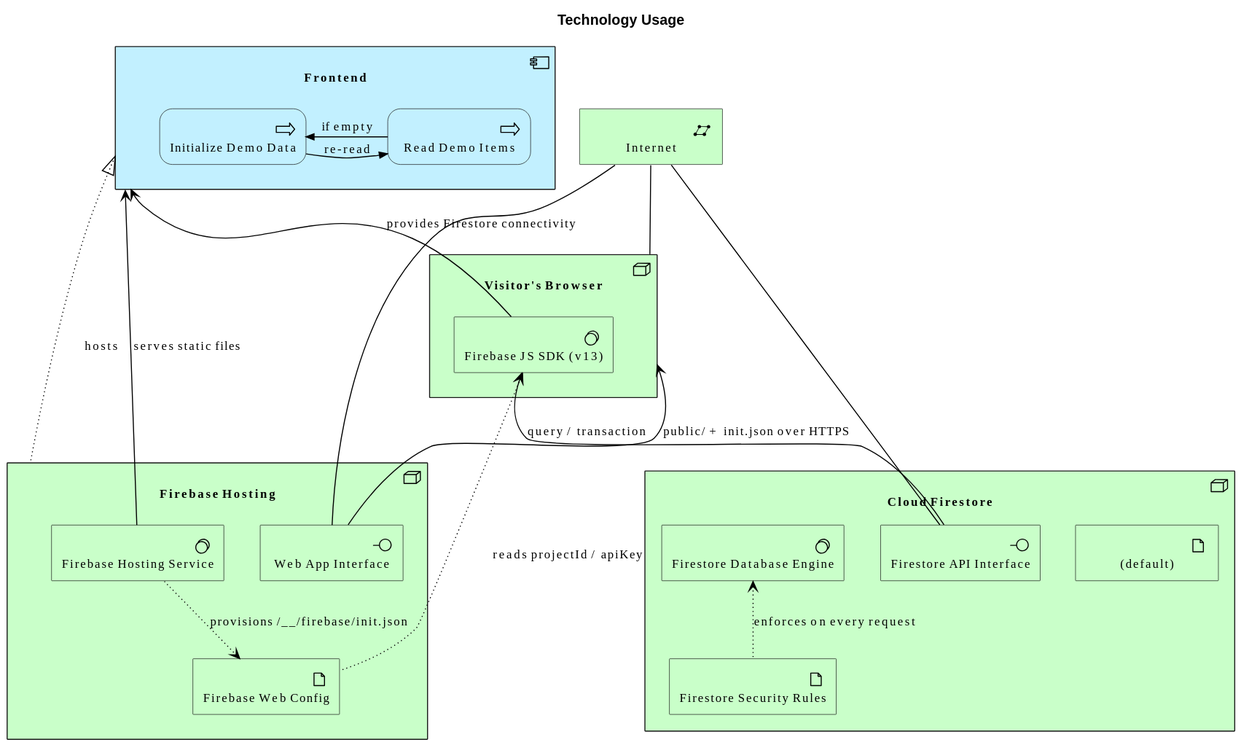
The PlantUML diagram diagrams/technology/usage.svg in wolffy-au/frictionless-sample-gcp, before a commit.
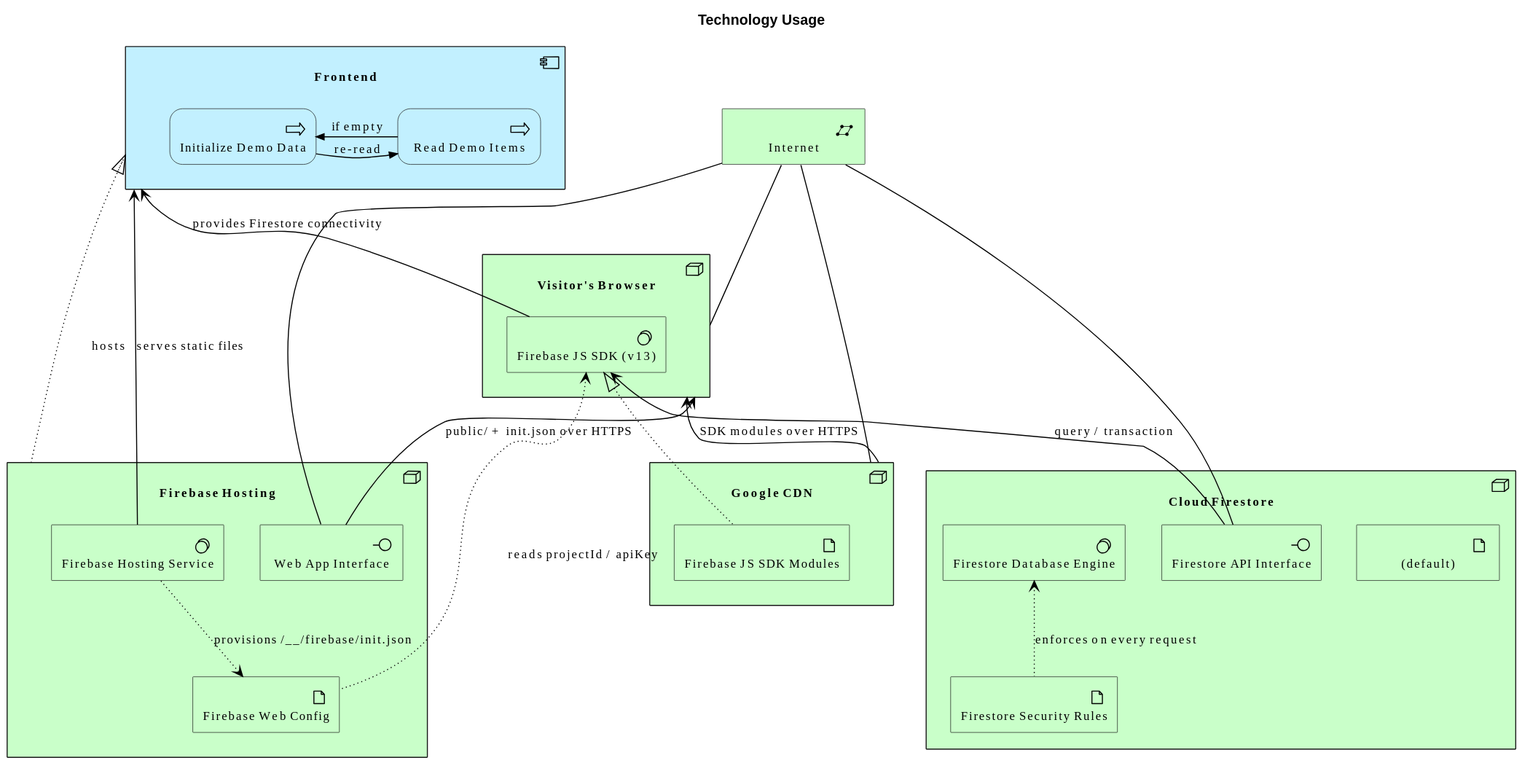
Later version of the same file.

Commit message:
feat(architecture): model Google CDN serving the Firebase JS SDK modules

What changed in the source:
```diff
@@ -18,6 +18,9 @@
 Technology_Node(e_id9f19149e10f45e, "Visitor's Browser") {
   Technology_SystemSoftware(e_id7844884d61f95e, "Firebase JS SDK (v13)")
 }
+Technology_Node(e_ida99faef2fc575a, "Google CDN") {
+  Technology_Artifact(e_ide4daf349c96354, "Firebase JS SDK Modules")
+}
 Technology_CommunicationNetwork(e_id454e7b903b8357, "Internet")
 Application_Component(e_id859316e8097157, "Frontend") {
   Application_Process(e_id9e4601a2031c58, "Initialize Demo Data")
@@ -37,4 +40,7 @@
 Rel_Serving_Up(e_id7844884d61f95e, e_id859316e8097157, "provides Firestore connectivity")
 Rel_Serving_Up(e_id26e5c2fbfcd056, e_id7844884d61f95e, "query / transaction")
 Rel_Access_r(e_id7844884d61f95e, e_id114715e81c7e5c, "reads projectId / apiKey")
+Rel_Realization_Up(e_ide4daf349c96354, e_id7844884d61f95e, "")
+Rel_Association(e_id454e7b903b8357, e_ida99faef2fc575a, "")
+Rel_Serving_Up(e_ida99faef2fc575a, e_id9f19149e10f45e, "SDK modules over HTTPS")
 @enduml
```
